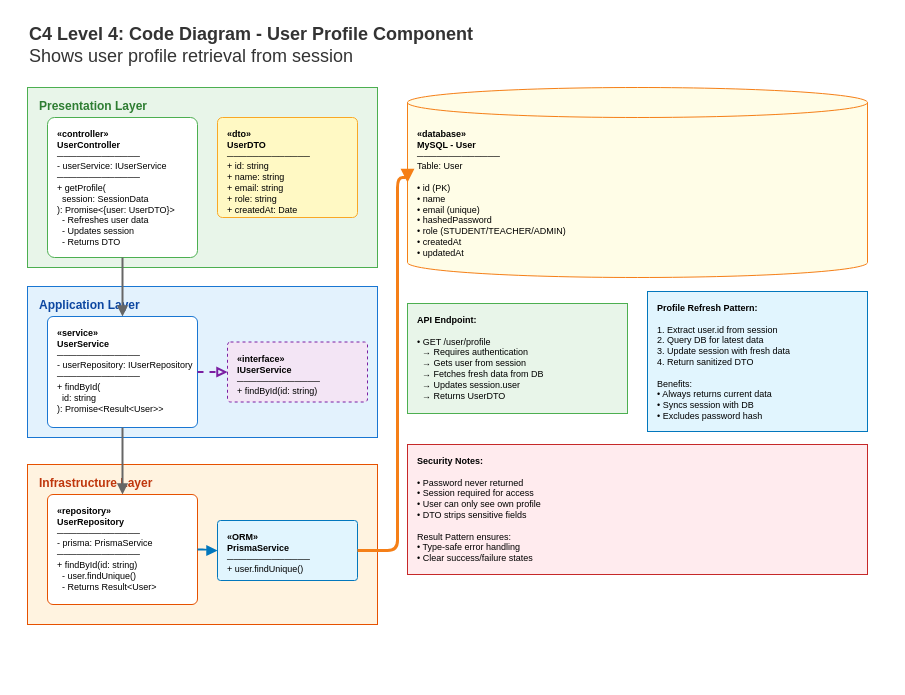
This is page "User" (5 of 7) of C4-Model/Level 4.drawio from CompassGPT/Documentation, a draw.io file, before an edit. Source tidied: cells renumbered, new cells numbered last; positions are measured from the earlier drawing's top-left corner, leaving out a move shared by most shapes. Both pictures are drawn from the tidied source at 100%, with x=0, y=0 at pixel (27, 17).
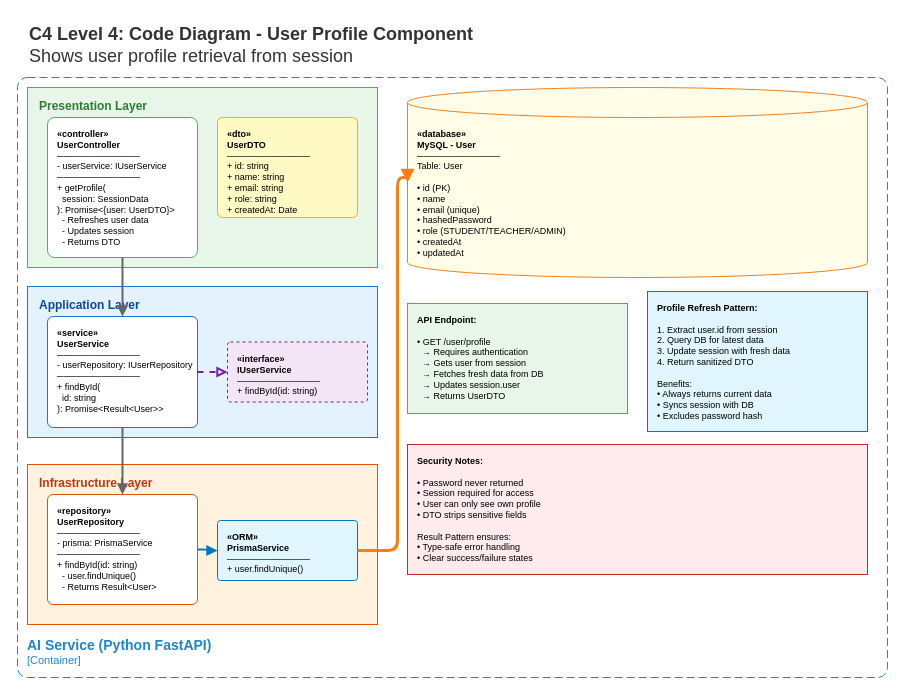
Above is the later version.

Commit message (it also covers changes not shown here):
Refactor C4 Model diagrams: Adjust page heights, add service layer, and update function labels for clarity

What changed in the source:
```diff
@@
+    <mxCell id="21" value="&lt;font style=&quot;font-size: 14px&quot;&gt;&lt;b&gt;&lt;div style=&quot;text-align: left&quot;&gt;AI Service (Python FastAPI)&lt;/div&gt;&lt;/b&gt;&lt;/font&gt;&lt;div style=&quot;text-align: left&quot;&gt;[Container]&lt;/div&gt;" style="rounded=1;fontSize=11;whiteSpace=wrap;html=1;dashed=1;arcSize=20;fillColor=none;strokeColor=#2086C9;fontColor=#2086C9;labelBackgroundColor=none;align=left;verticalAlign=bottom;labelBorderColor=none;spacingTop=0;spacing=10;dashPattern=8 4;perimeter=rectanglePerimeter;noLabel=0;labelPadding=0;absoluteArcSize=1;" parent="1" vertex="1">
+      <mxGeometry x="-10" y="60" width="870" height="600" as="geometry" />
+    </mxCell>
```
